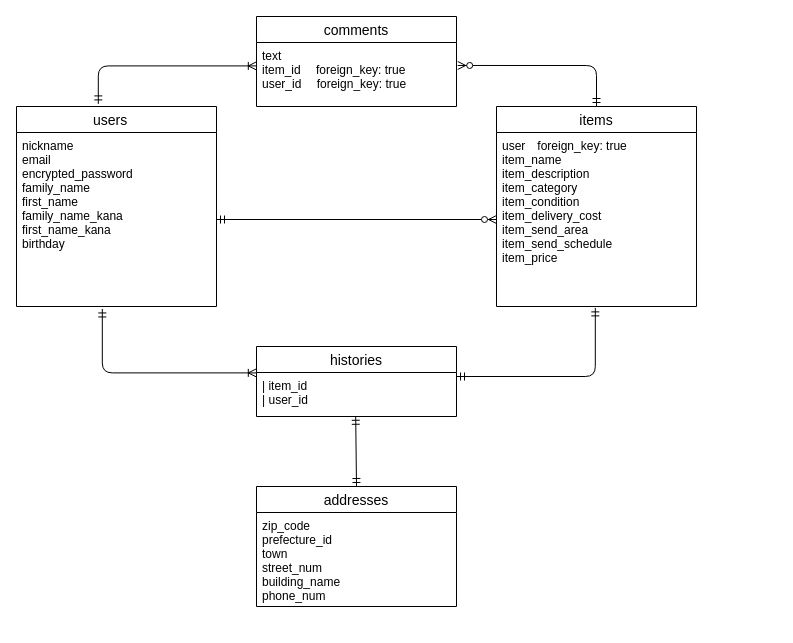
Before: FURIMA.dio in tanabata000/furima-36875, a draw.io diagram. Source tidied: cells renumbered, new cells numbered last; positions are measured from the earlier drawing's top-left corner, leaving out a move shared by most shapes. Both pictures are drawn from the tidied source at 100%, with x=0, y=0 at pixel (16, 16).
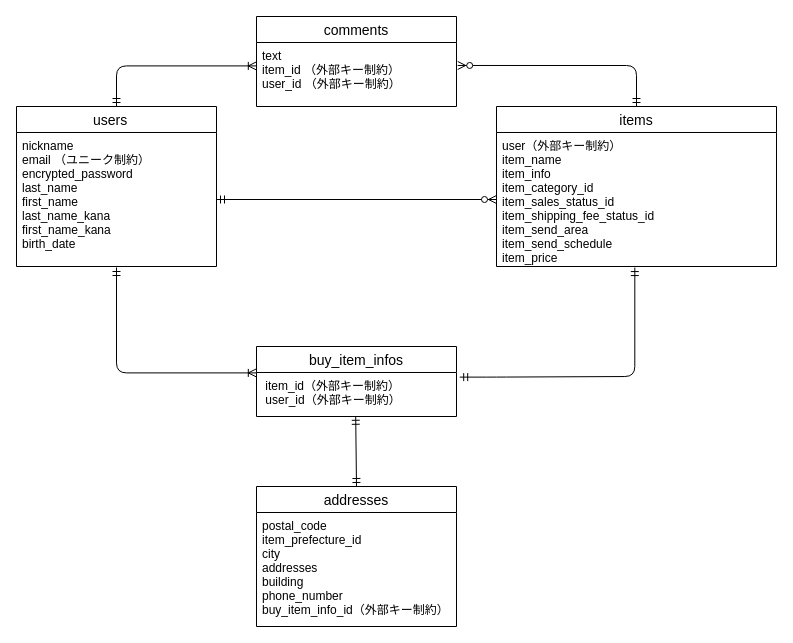
The same diagram, later.

Commit message (it also covers changes not shown here):
テーブル設計（修正03）

カラム名をviewファイルのid,classに合わせて
再度命名。
カラム型、アソシエーション、外部キー制約、アクディブハッシュの使い回し部分を修正

Unchanged cells that the change refers to:
```xml
<mxCell id="6" value="comments" style="swimlane;fontStyle=0;horizontal=1;startSize=26;align=center;fontSize=14;" parent="1" vertex="1">
  <mxGeometry x="240" width="200" height="90" as="geometry" />
</mxCell>
```

What changed in the source:
```diff
@@
     <mxCell id="2" value="users   " style="swimlane;fontStyle=0;horizontal=1;startSize=26;align=center;fontSize=14;" parent="1" vertex="1">
-      <mxGeometry y="90" width="200" height="200" as="geometry" />
+      <mxGeometry y="90" width="200" height="160" as="geometry" />
     </mxCell>
-    <mxCell id="3" value="nickname &#10;email&#10;encrypted_password &#10;family_name&#10;first_name&#10;family_name_kana &#10;first_name_kana &#10;birthday " style="text;strokeColor=none;fillColor=none;spacingLeft=4;spacingRight=4;overflow=hidden;points=[[0,0.5],[1,0.5]];portConstraint=eastwest;fontSize=12;" parent="2" vertex="1">
-      <mxGeometry y="26" width="200" height="174" as="geometry" />
+    <mxCell id="3" value="nickname &#10;email （ユニーク制約）&#10;encrypted_password &#10;last_name&#10;first_name&#10;last_name_kana &#10;first_name_kana &#10;birth_date " style="text;strokeColor=none;fillColor=none;spacingLeft=4;spacingRight=4;overflow=hidden;points=[[0,0.5],[1,0.5]];portConstraint=eastwest;fontSize=12;" parent="2" vertex="1">
+      <mxGeometry y="26" width="200" height="134" as="geometry" />
     </mxCell>
     <mxCell id="4" value="items" style="swimlane;fontStyle=0;horizontal=1;startSize=26;align=center;fontSize=14;" parent="1" vertex="1">
-      <mxGeometry x="480" y="90" width="200" height="200" as="geometry" />
+      <mxGeometry x="480" y="90" width="280" height="160" as="geometry" />
     </mxCell>
-    <mxCell id="5" value="user　foreign_key: true&#10;item_name &#10;item_description&#10;item_category&#10;item_condition&#10;item_delivery_cost &#10;item_send_area &#10;item_send_schedule &#10;item_price&#10;" style="text;strokeColor=none;fillColor=none;spacingLeft=4;spacingRight=4;overflow=hidden;points=[[0,0.5],[1,0.5]];portConstraint=eastwest;fontSize=12;" parent="4" vertex="1">
-      <mxGeometry y="26" width="200" height="174" as="geometry" />
+    <mxCell id="5" value="user（外部キー制約）&#10;item_name &#10;item_info&#10;item_category_id&#10;item_sales_status_id&#10;item_shipping_fee_status_id&#10;item_send_area &#10;item_send_schedule &#10;item_price&#10;" style="text;strokeColor=none;fillColor=none;spacingLeft=4;spacingRight=4;overflow=hidden;points=[[0,0.5],[1,0.5]];portConstraint=eastwest;fontSize=12;" parent="4" vertex="1">
+      <mxGeometry y="26" width="280" height="134" as="geometry" />
     </mxCell>
@@
-    <mxCell id="7" value="text &#10;item_id 　foreign_key: true&#10;user_id 　foreign_key: true" style="text;strokeColor=none;fillColor=none;spacingLeft=4;spacingRight=4;overflow=hidden;points=[[0,0.5],[1,0.5]];portConstraint=eastwest;fontSize=12;" parent="6" vertex="1">
+    <mxCell id="7" value="text &#10;item_id （外部キー制約）&#10;user_id （外部キー制約）" style="text;strokeColor=none;fillColor=none;spacingLeft=4;spacingRight=4;overflow=hidden;points=[[0,0.5],[1,0.5]];portConstraint=eastwest;fontSize=12;" parent="6" vertex="1">
       <mxGeometry y="26" width="200" height="64" as="geometry" />
     </mxCell>
@@
-    <mxCell id="10" value="histories" style="swimlane;fontStyle=0;horizontal=1;startSize=26;align=center;fontSize=14;" parent="1" vertex="1">
+    <mxCell id="10" value="buy_item_infos" style="swimlane;fontStyle=0;horizontal=1;startSize=26;align=center;fontSize=14;" parent="1" vertex="1">
       <mxGeometry x="240" y="330" width="200" height="70" as="geometry" />
     </mxCell>
-    <mxCell id="11" value="| item_id&#10;| user_id" style="text;strokeColor=none;fillColor=none;spacingLeft=4;spacingRight=4;overflow=hidden;points=[[0,0.5],[1,0.5]];portConstraint=eastwest;fontSize=12;" parent="10" vertex="1">
+    <mxCell id="11" value=" item_id（外部キー制約）&#10; user_id（外部キー制約）" style="text;strokeColor=none;fillColor=none;spacingLeft=4;spacingRight=4;overflow=hidden;points=[[0,0.5],[1,0.5]];portConstraint=eastwest;fontSize=12;" parent="10" vertex="1">
       <mxGeometry y="26" width="200" height="44" as="geometry" />
     </mxCell>
     <mxCell id="12" value="addresses" style="swimlane;fontStyle=0;horizontal=1;startSize=26;align=center;fontSize=14;" parent="1" vertex="1">
-      <mxGeometry x="240" y="470" width="200" height="120" as="geometry" />
+      <mxGeometry x="240" y="470" width="200" height="140" as="geometry" />
     </mxCell>
-    <mxCell id="13" value="zip_code&#10;prefecture_id &#10;town&#10;street_num&#10;building_name&#10;phone_num &#10;" style="text;strokeColor=none;fillColor=none;spacingLeft=4;spacingRight=4;overflow=hidden;fontSize=12;" parent="12" vertex="1">
-      <mxGeometry y="26" width="200" height="94" as="geometry" />
+    <mxCell id="13" value="postal_code&#10;item_prefecture_id&#10;city&#10;addresses&#10;building&#10;phone_number&#10;buy_item_info_id（外部キー制約）" style="text;strokeColor=none;fillColor=none;spacingLeft=4;spacingRight=4;overflow=hidden;fontSize=12;" parent="12" vertex="1">
+      <mxGeometry y="26" width="200" height="114" as="geometry" />
     </mxCell>
-    <mxCell id="14" style="edgeStyle=orthogonalEdgeStyle;fontSize=12;html=1;endArrow=ERoneToMany;startArrow=ERmandOne;exitX=0.429;exitY=1.014;exitDx=0;exitDy=0;exitPerimeter=0;entryX=-0.001;entryY=0.009;entryDx=0;entryDy=0;entryPerimeter=0;" parent="1" edge="1" source="3" target="11">
+    <mxCell id="14" style="edgeStyle=orthogonalEdgeStyle;fontSize=12;html=1;endArrow=ERoneToMany;startArrow=ERmandOne;entryX=-0.001;entryY=0.009;entryDx=0;entryDy=0;entryPerimeter=0;" parent="1" edge="1" target="11">
       <mxGeometry relative="1" as="geometry">
+        <mxPoint x="100" y="251" as="sourcePoint" />
         <Array as="points">
-          <mxPoint x="86" y="356" />
+          <mxPoint x="100" y="251" />
+          <mxPoint x="100" y="356" />
         </Array>
       </mxGeometry>
     </mxCell>
-    <mxCell id="15" style="edgeStyle=orthogonalEdgeStyle;fontSize=12;html=1;endArrow=ERoneToMany;startArrow=ERmandOne;entryX=-0.001;entryY=0.366;entryDx=0;entryDy=0;entryPerimeter=0;exitX=0.409;exitY=-0.013;exitDx=0;exitDy=0;exitPerimeter=0;" parent="1" edge="1" source="2" target="7">
+    <mxCell id="15" style="edgeStyle=orthogonalEdgeStyle;fontSize=12;html=1;endArrow=ERoneToMany;startArrow=ERmandOne;entryX=-0.001;entryY=0.366;entryDx=0;entryDy=0;entryPerimeter=0;exitX=0.5;exitY=0;exitDx=0;exitDy=0;" parent="1" edge="1" source="2" target="7">
       <mxGeometry relative="1" as="geometry">
         <Array as="points">
-          <mxPoint x="82" y="49" />
+          <mxPoint x="100" y="49" />
         </Array>
       </mxGeometry>
     </mxCell>
-    <mxCell id="16" style="edgeStyle=orthogonalEdgeStyle;fontSize=12;html=1;endArrow=ERmandOne;startArrow=ERmandOne;entryX=0.494;entryY=1.008;entryDx=0;entryDy=0;entryPerimeter=0;" parent="1" edge="1" target="5">
+    <mxCell id="16" style="edgeStyle=orthogonalEdgeStyle;fontSize=12;html=1;endArrow=ERmandOne;startArrow=ERmandOne;entryX=0.494;entryY=1.008;entryDx=0;entryDy=0;entryPerimeter=0;exitX=1.016;exitY=0.105;exitDx=0;exitDy=0;exitPerimeter=0;" parent="1" edge="1" source="11" target="5">
       <mxGeometry relative="1" as="geometry">
-        <mxPoint x="440" y="360" as="sourcePoint" />
         <Array as="points">
-          <mxPoint x="440" y="360" />
-          <mxPoint x="579" y="360" />
+          <mxPoint x="480" y="361" />
+          <mxPoint x="618" y="360" />
         </Array>
       </mxGeometry>
     </mxCell>
```
